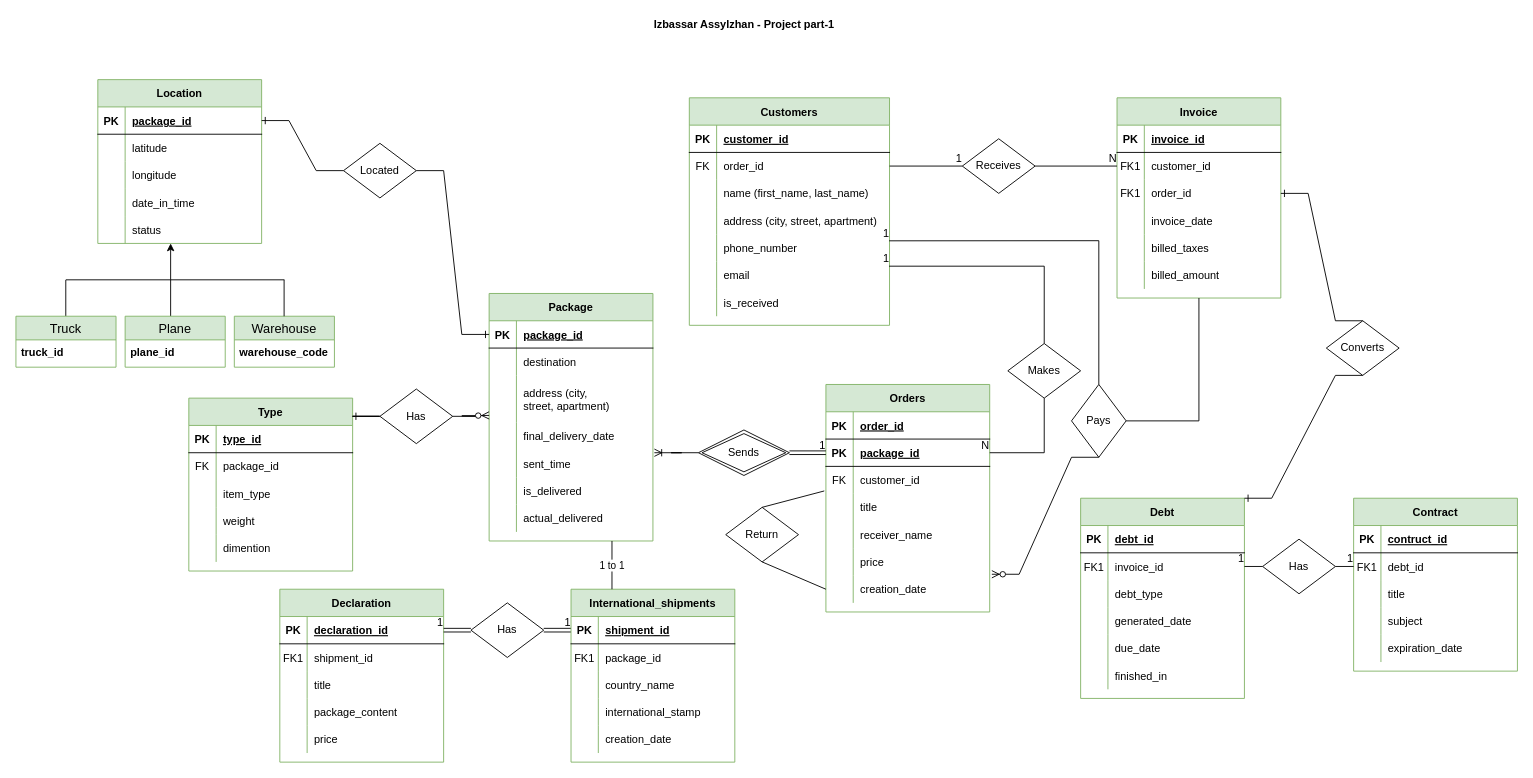
The draw.io diagram Project/project_part1.drawio in Assylzhan-Izbassar/Databases, before the edit. Source tidied: cells renumbered, new cells numbered last; positions are measured from the earlier drawing's top-left corner, leaving out a move shared by most shapes. Both pictures are drawn from the tidied source at 91%, with x=0, y=0 at pixel (15, 15).
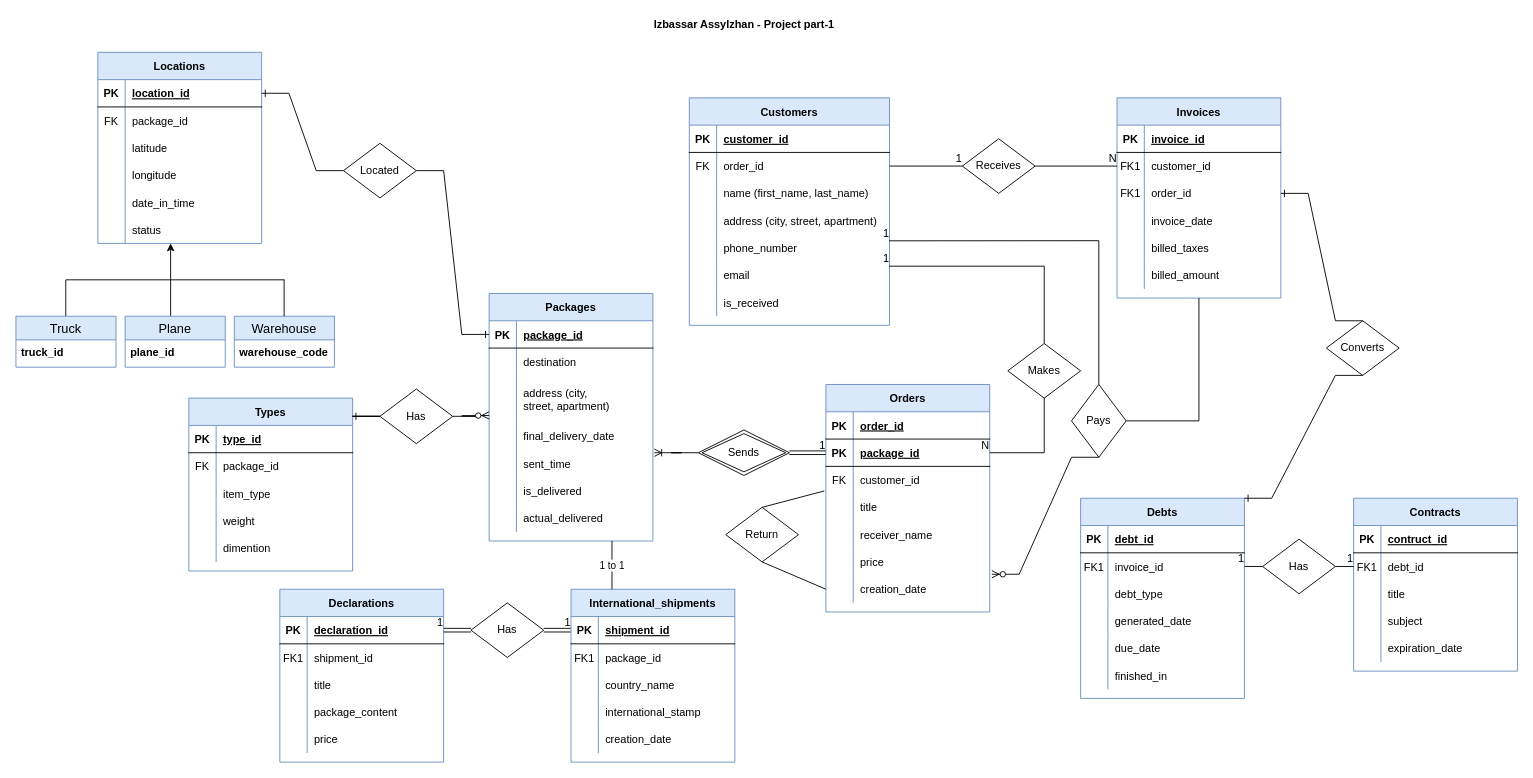
The same page after the edit.

The change refers to these unchanged cells:
```xml
<mxCell id="159" style="shape=partialRectangle;fillColor=none;top=0;left=0;bottom=1;right=0;points=[[0,0.5],[1,0.5]];portConstraint=eastwest;" parent="158" vertex="1">
  <mxGeometry y="30" width="180" height="30" as="geometry" />
</mxCell>
<mxCell id="162" style="shape=partialRectangle;fillColor=none;top=0;left=0;bottom=0;right=0;" parent="158" vertex="1">
  <mxGeometry y="60" width="180" height="30" as="geometry" />
</mxCell>
```

The edit, as a diff of the source:
```diff
@@
-    <mxCell id="2" value="Orders" style="shape=table;startSize=30;childLayout=tableLayout;rowLines=0;fontStyle=1;align=center;fillColor=#d5e8d4;strokeColor=#82b366;" parent="1" vertex="1">
+    <mxCell id="2" value="Orders" style="shape=table;startSize=30;childLayout=tableLayout;rowLines=0;fontStyle=1;align=center;fillColor=#dae8fc;strokeColor=#6c8ebf;" parent="1" vertex="1">
       <mxGeometry x="890.1" y="405" width="180" height="250" as="geometry" />
     </mxCell>
@@
-    <mxCell id="24" value="Customers" style="shape=table;startSize=30;childLayout=tableLayout;rowLines=0;fontStyle=1;align=center;fillColor=#d5e8d4;strokeColor=#82b366;" parent="1" vertex="1">
+    <mxCell id="24" value="Customers" style="shape=table;startSize=30;childLayout=tableLayout;rowLines=0;fontStyle=1;align=center;fillColor=#dae8fc;strokeColor=#6c8ebf;" parent="1" vertex="1">
       <mxGeometry x="740" y="90" width="220" height="250" as="geometry" />
     </mxCell>
@@
-    <mxCell id="49" value="Debt" style="shape=table;startSize=30;childLayout=tableLayout;rowLines=0;fontStyle=1;align=center;fillColor=#d5e8d4;strokeColor=#82b366;" parent="1" vertex="1">
+    <mxCell id="49" value="Debts" style="shape=table;startSize=30;childLayout=tableLayout;rowLines=0;fontStyle=1;align=center;fillColor=#dae8fc;strokeColor=#6c8ebf;" parent="1" vertex="1">
       <mxGeometry x="1170" y="530" width="180" height="220" as="geometry" />
     </mxCell>
@@
-    <mxCell id="68" value="Contract" style="shape=table;startSize=30;childLayout=tableLayout;rowLines=0;fontStyle=1;align=center;fillColor=#d5e8d4;strokeColor=#82b366;" parent="1" vertex="1">
+    <mxCell id="68" value="Contracts" style="shape=table;startSize=30;childLayout=tableLayout;rowLines=0;fontStyle=1;align=center;fillColor=#dae8fc;strokeColor=#6c8ebf;" parent="1" vertex="1">
       <mxGeometry x="1470" y="530" width="180" height="190" as="geometry" />
     </mxCell>
@@
-    <mxCell id="85" value="Invoice" style="shape=table;startSize=30;childLayout=tableLayout;rowLines=0;fontStyle=1;align=center;fillColor=#d5e8d4;strokeColor=#82b366;" parent="1" vertex="1">
+    <mxCell id="85" value="Invoices" style="shape=table;startSize=30;childLayout=tableLayout;rowLines=0;fontStyle=1;align=center;fillColor=#dae8fc;strokeColor=#6c8ebf;" parent="1" vertex="1">
       <mxGeometry x="1210" y="90" width="180" height="220" as="geometry" />
     </mxCell>
@@
-    <mxCell id="104" value="Package" style="shape=table;startSize=30;childLayout=tableLayout;rowLines=0;fontStyle=1;align=center;fillColor=#d5e8d4;strokeColor=#82b366;" parent="1" vertex="1">
+    <mxCell id="104" value="Packages" style="shape=table;startSize=30;childLayout=tableLayout;rowLines=0;fontStyle=1;align=center;fillColor=#dae8fc;strokeColor=#6c8ebf;" parent="1" vertex="1">
       <mxGeometry x="520" y="305" width="180" height="272" as="geometry" />
     </mxCell>
@@
-    <mxCell id="126" value="Declaration" style="shape=table;startSize=30;childLayout=tableLayout;rowLines=0;fontStyle=1;align=center;fillColor=#d5e8d4;strokeColor=#82b366;" parent="1" vertex="1">
+    <mxCell id="126" value="Declarations" style="shape=table;startSize=30;childLayout=tableLayout;rowLines=0;fontStyle=1;align=center;fillColor=#dae8fc;strokeColor=#6c8ebf;" parent="1" vertex="1">
       <mxGeometry x="290" y="630" width="180" height="190" as="geometry" />
     </mxCell>
@@
-    <mxCell id="142" value="Type" style="shape=table;startSize=30;childLayout=tableLayout;rowLines=0;fontStyle=1;align=center;fillColor=#d5e8d4;strokeColor=#82b366;" parent="1" vertex="1">
+    <mxCell id="142" value="Types" style="shape=table;startSize=30;childLayout=tableLayout;rowLines=0;fontStyle=1;align=center;fillColor=#dae8fc;strokeColor=#6c8ebf;" parent="1" vertex="1">
       <mxGeometry x="190" y="420" width="180" height="190" as="geometry" />
     </mxCell>
@@
-    <mxCell id="158" value="Location" style="shape=table;startSize=30;childLayout=tableLayout;rowLines=0;fontStyle=1;align=center;fillColor=#d5e8d4;strokeColor=#82b366;" parent="1" vertex="1">
-      <mxGeometry x="90" y="70" width="180" height="180" as="geometry" />
+    <mxCell id="158" value="Locations" style="shape=table;startSize=30;childLayout=tableLayout;rowLines=0;fontStyle=1;align=center;fillColor=#dae8fc;strokeColor=#6c8ebf;" parent="1" vertex="1">
+      <mxGeometry x="90" y="40" width="180" height="210" as="geometry" />
     </mxCell>
@@
-    <mxCell id="161" value="package_id" style="shape=partialRectangle;fillColor=none;top=0;left=0;bottom=0;right=0;align=left;spacingLeft=6;fontStyle=5;overflow=hidden;" parent="159" vertex="1">
+    <mxCell id="161" value="location_id" style="shape=partialRectangle;fillColor=none;top=0;left=0;bottom=0;right=0;align=left;spacingLeft=6;fontStyle=5;overflow=hidden;" parent="159" vertex="1">
       <mxGeometry x="30" width="150" height="30" as="geometry" />
     </mxCell>
@@
-    <mxCell id="163" style="shape=partialRectangle;fillColor=none;top=0;left=0;bottom=0;right=0;overflow=hidden;" parent="162" vertex="1">
+    <mxCell id="163" value="FK" style="shape=partialRectangle;fillColor=none;top=0;left=0;bottom=0;right=0;overflow=hidden;" parent="162" vertex="1">
       <mxGeometry width="30" height="30" as="geometry" />
     </mxCell>
-    <mxCell id="164" value="latitude" style="shape=partialRectangle;fillColor=none;top=0;left=0;bottom=0;right=0;align=left;spacingLeft=6;overflow=hidden;" parent="162" vertex="1">
+    <mxCell id="164" value="package_id" style="shape=partialRectangle;fillColor=none;top=0;left=0;bottom=0;right=0;align=left;spacingLeft=6;overflow=hidden;" parent="162" vertex="1">
       <mxGeometry x="30" width="150" height="30" as="geometry" />
     </mxCell>
+    <mxCell id="241" style="shape=partialRectangle;fillColor=none;top=0;left=0;bottom=0;right=0;" parent="158" vertex="1">
+      <mxGeometry y="90" width="180" height="30" as="geometry" />
+    </mxCell>
+    <mxCell id="242" style="shape=partialRectangle;fillColor=none;top=0;left=0;bottom=0;right=0;overflow=hidden;" parent="241" vertex="1">
+      <mxGeometry width="30" height="30" as="geometry" />
+    </mxCell>
+    <mxCell id="243" value="latitude" style="shape=partialRectangle;fillColor=none;top=0;left=0;bottom=0;right=0;align=left;spacingLeft=6;overflow=hidden;" parent="241" vertex="1">
+      <mxGeometry x="30" width="150" height="30" as="geometry" />
+    </mxCell>
     <mxCell id="165" style="shape=partialRectangle;fillColor=none;top=0;left=0;bottom=0;right=0;" parent="158" vertex="1">
-      <mxGeometry y="90" width="180" height="30" as="geometry" />
+      <mxGeometry y="120" width="180" height="30" as="geometry" />
     </mxCell>
@@
     <mxCell id="168" style="shape=partialRectangle;fillColor=none;top=0;left=0;bottom=0;right=0;" parent="158" vertex="1">
-      <mxGeometry y="120" width="180" height="30" as="geometry" />
+      <mxGeometry y="150" width="180" height="30" as="geometry" />
     </mxCell>
@@
     <mxCell id="171" style="shape=partialRectangle;fillColor=none;top=0;left=0;bottom=0;right=0;" parent="158" vertex="1">
-      <mxGeometry y="150" width="180" height="30" as="geometry" />
+      <mxGeometry y="180" width="180" height="30" as="geometry" />
     </mxCell>
@@
-    <mxCell id="178" value="Truck" style="swimlane;fontStyle=0;horizontal=1;startSize=26;align=center;fontSize=14;fillColor=#d5e8d4;strokeColor=#82b366;" parent="1" vertex="1">
+    <mxCell id="178" value="Truck" style="swimlane;fontStyle=0;horizontal=1;startSize=26;align=center;fontSize=14;fillColor=#dae8fc;strokeColor=#6c8ebf;" parent="1" vertex="1">
       <mxGeometry y="330" width="110" height="56" as="geometry" />
     </mxCell>
@@
-    <mxCell id="180" value="Plane" style="swimlane;fontStyle=0;horizontal=1;startSize=26;align=center;fontSize=14;fillColor=#d5e8d4;strokeColor=#82b366;" parent="1" vertex="1">
+    <mxCell id="180" value="Plane" style="swimlane;fontStyle=0;horizontal=1;startSize=26;align=center;fontSize=14;fillColor=#dae8fc;strokeColor=#6c8ebf;" parent="1" vertex="1">
       <mxGeometry x="120" y="330" width="110" height="56" as="geometry" />
     </mxCell>
@@
-    <mxCell id="182" value="Warehouse" style="swimlane;fontStyle=0;horizontal=1;startSize=26;align=center;fontSize=14;fillColor=#d5e8d4;strokeColor=#82b366;" parent="1" vertex="1">
+    <mxCell id="182" value="Warehouse" style="swimlane;fontStyle=0;horizontal=1;startSize=26;align=center;fontSize=14;fillColor=#dae8fc;strokeColor=#6c8ebf;" parent="1" vertex="1">
       <mxGeometry x="240" y="330" width="110" height="56" as="geometry" />
     </mxCell>
@@
-    <mxCell id="218" value="International_shipments" style="shape=table;startSize=30;childLayout=tableLayout;rowLines=0;fontStyle=1;align=center;fillColor=#d5e8d4;strokeColor=#82b366;" parent="1" vertex="1">
+    <mxCell id="218" value="International_shipments" style="shape=table;startSize=30;childLayout=tableLayout;rowLines=0;fontStyle=1;align=center;fillColor=#dae8fc;strokeColor=#6c8ebf;" parent="1" vertex="1">
       <mxGeometry x="610" y="630" width="180" height="190" as="geometry" />
     </mxCell>
```
